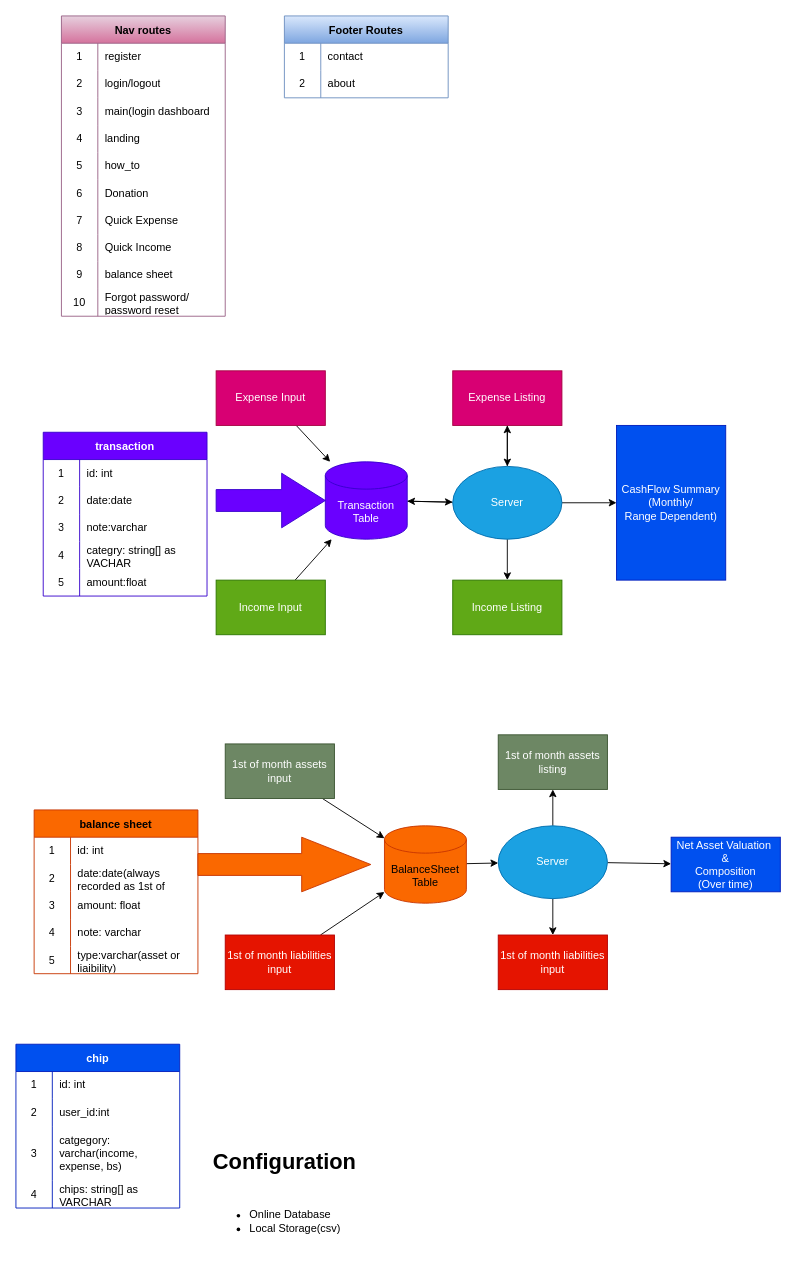
drbenn/cashamole-v1-angular keeps this draw.io diagram as cashamole.drawio. Above is the earlier version. Source tidied: cells renumbered, new cells numbered last; positions are measured from the earlier drawing's top-left corner, leaving out a move shared by most shapes. Both pictures are drawn from the tidied source at 91%, with x=0, y=0 at pixel (15, 15).
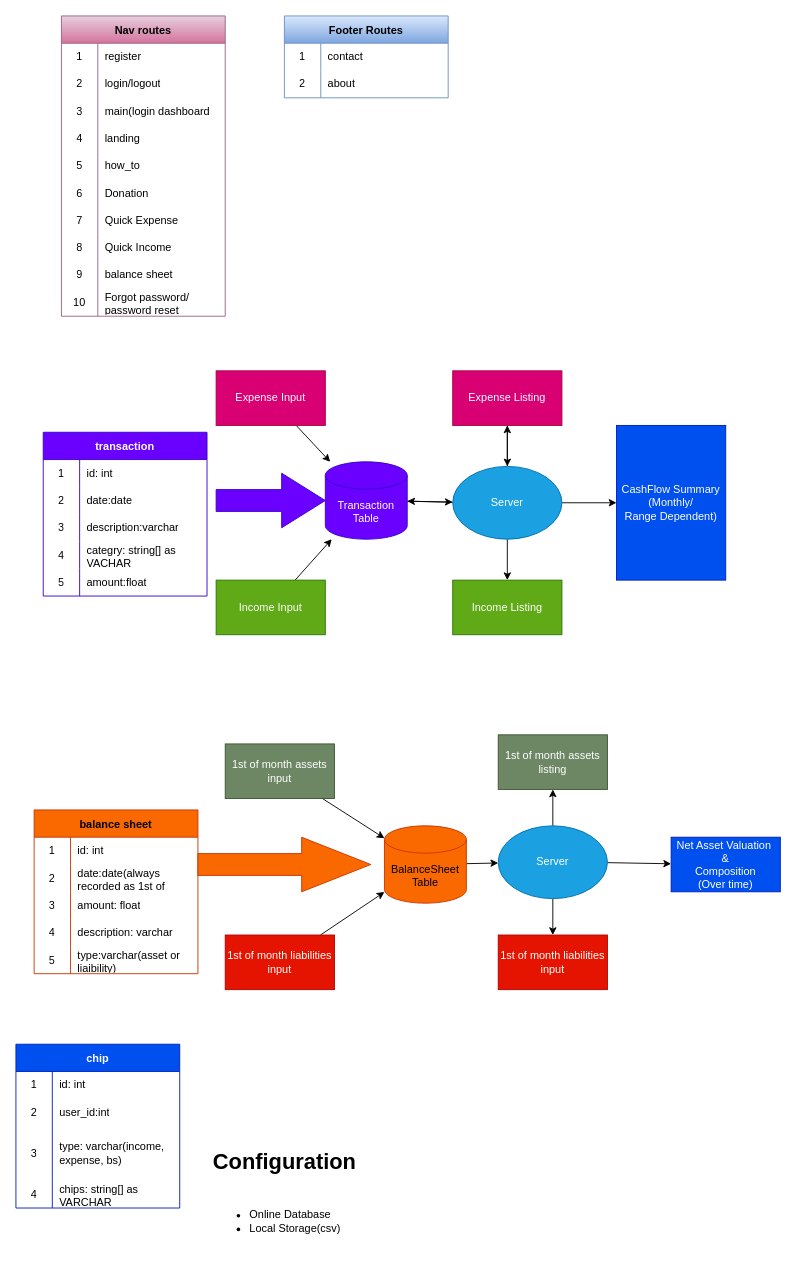
The same diagram, later.

Unchanged cells that the change refers to:
```xml
<mxCell id="39" style="shape=tableRow;horizontal=0;startSize=0;swimlaneHead=0;swimlaneBody=0;top=0;left=0;bottom=0;right=0;fillColor=none;" parent="32" vertex="1">
  <mxGeometry y="90" width="180" height="30" as="geometry" />
</mxCell>
<mxCell id="59" style="shape=tableRow;horizontal=0;startSize=0;swimlaneHead=0;swimlaneBody=0;top=0;left=0;bottom=0;right=0;fillColor=none;" parent="49" vertex="1">
  <mxGeometry y="120" width="180" height="30" as="geometry" />
</mxCell>
<mxCell id="73" style="shape=tableRow;horizontal=0;startSize=0;swimlaneHead=0;swimlaneBody=0;top=0;left=0;bottom=0;right=0;fillColor=none;" parent="66" vertex="1">
  <mxGeometry y="90" width="180" height="60" as="geometry" />
</mxCell>
```

The edit, as a diff of the source:
```diff
@@
-    <mxCell id="41" value="note:varchar" style="shape=partialRectangle;html=1;whiteSpace=wrap;fillColor=none;top=0;left=0;bottom=0;right=0;align=left;spacingLeft=6;overflow=hidden;" parent="39" vertex="1">
+    <mxCell id="41" value="description:varchar" style="shape=partialRectangle;html=1;whiteSpace=wrap;fillColor=none;top=0;left=0;bottom=0;right=0;align=left;spacingLeft=6;overflow=hidden;" parent="39" vertex="1">
       <mxGeometry x="40" width="140" height="30" as="geometry" />
     </mxCell>
@@
-    <mxCell id="61" value="note: varchar" style="shape=partialRectangle;html=1;whiteSpace=wrap;fillColor=none;top=0;left=0;bottom=0;right=0;align=left;spacingLeft=6;overflow=hidden;" parent="59" vertex="1">
+    <mxCell id="61" value="description: varchar" style="shape=partialRectangle;html=1;whiteSpace=wrap;fillColor=none;top=0;left=0;bottom=0;right=0;align=left;spacingLeft=6;overflow=hidden;" parent="59" vertex="1">
       <mxGeometry x="40" width="140" height="30" as="geometry" />
     </mxCell>
@@
-    <mxCell id="75" value="catgegory: varchar(income, expense, bs)" style="shape=partialRectangle;html=1;whiteSpace=wrap;fillColor=none;top=0;left=0;bottom=0;right=0;align=left;spacingLeft=6;overflow=hidden;" parent="73" vertex="1">
+    <mxCell id="75" value="type: varchar(income, expense, bs)" style="shape=partialRectangle;html=1;whiteSpace=wrap;fillColor=none;top=0;left=0;bottom=0;right=0;align=left;spacingLeft=6;overflow=hidden;" parent="73" vertex="1">
       <mxGeometry x="40" width="140" height="60" as="geometry" />
     </mxCell>
```
